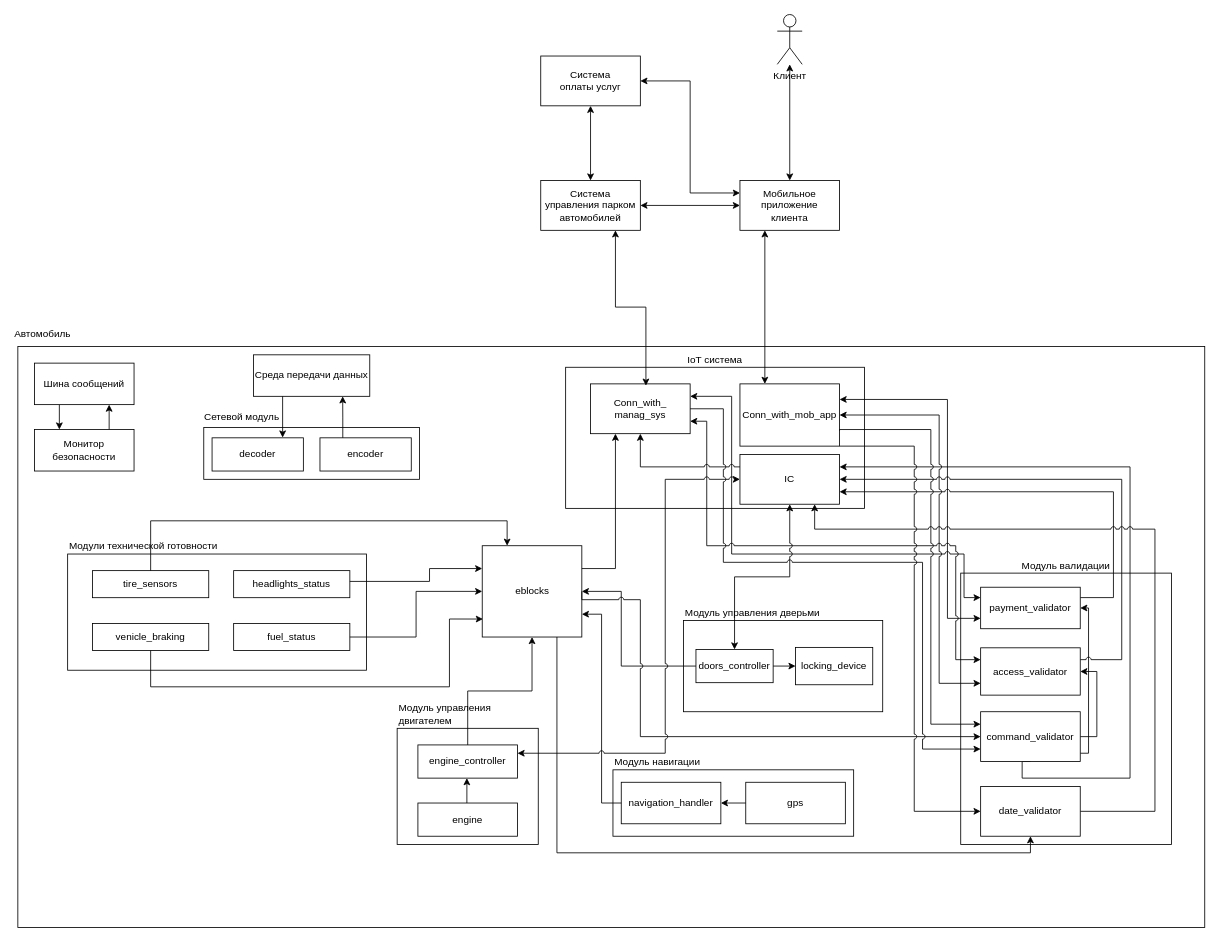
This is page "arch" (2 of 3) of docs/drawio/all_scheme.drawio from 1kitten/cyberimmune-3, a draw.io file, before an edit. Source tidied: cells renumbered, new cells numbered last; positions are measured from the earlier drawing's top-left corner, leaving out a move shared by most shapes. Both pictures are drawn from the tidied source at 83%, with x=0, y=0 at pixel (17, 14).
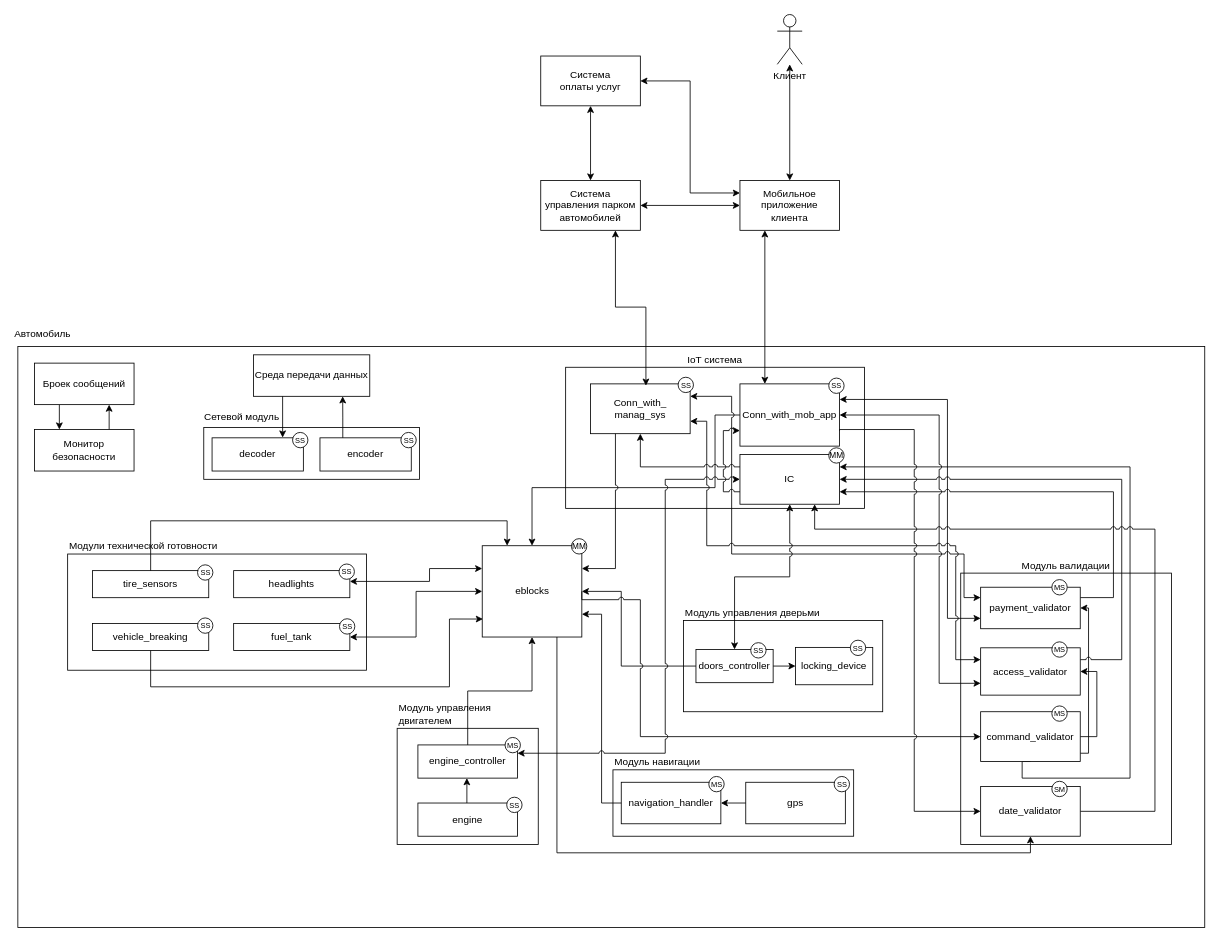
The same page after the edit.

The change refers to these unchanged cells:
```xml
<mxCell id="8" style="group;" parent="7" vertex="1">
  <mxGeometry x="60" width="360" height="140" as="geometry" />
</mxCell>
<mxCell id="14" style="group;" parent="1" vertex="1">
  <mxGeometry x="20" y="420" width="120" height="130" as="geometry" />
</mxCell>
<mxCell id="24" value="eblocks" style="rounded=0;whiteSpace=wrap;html=1;" parent="1" vertex="1">
  <mxGeometry x="559.5" y="640" width="120" height="110" as="geometry" />
</mxCell>
<mxCell id="29" style="group;" parent="1" vertex="1">
  <mxGeometry x="717" y="910" width="290" height="80" as="geometry" />
</mxCell>
<mxCell id="35" style="group;" parent="1" vertex="1">
  <mxGeometry x="457" y="860" width="170" height="140" as="geometry" />
</mxCell>
<mxCell id="41" value="Conn_with_mob_app" style="rounded=0;whiteSpace=wrap;html=1;" parent="1" vertex="1">
  <mxGeometry x="870" y="445" width="120" height="75" as="geometry" />
</mxCell>
<mxCell id="43" value="Conn_with_&lt;div&gt;manag_sys&lt;/div&gt;" style="rounded=0;whiteSpace=wrap;html=1;" parent="1" vertex="1">
  <mxGeometry x="690" y="445" width="120" height="60" as="geometry" />
</mxCell>
<mxCell id="55" value="command_validator" style="rounded=0;whiteSpace=wrap;html=1;" parent="1" vertex="1">
  <mxGeometry x="1160" y="840" width="120" height="60" as="geometry" />
</mxCell>
<mxCell id="68" value="IC" style="rounded=0;whiteSpace=wrap;html=1;" parent="1" vertex="1">
  <mxGeometry x="870" y="530" width="120" height="60" as="geometry" />
</mxCell>
<mxCell id="73" value="date_validator" style="rounded=0;whiteSpace=wrap;html=1;" parent="1" vertex="1">
  <mxGeometry x="1160" y="930" width="120" height="60" as="geometry" />
</mxCell>
```

Diff of the diagram source:
```diff
@@
-    <mxCell id="10" value="headlights_status" style="rounded=0;whiteSpace=wrap;html=1;" parent="8" vertex="1">
+    <mxCell id="10" value="headlights" style="rounded=0;whiteSpace=wrap;html=1;" parent="8" vertex="1">
       <mxGeometry x="200" y="20" width="140" height="32.6" as="geometry" />
     </mxCell>
-    <mxCell id="11" value="venicle_braking" style="rounded=0;whiteSpace=wrap;html=1;" parent="8" vertex="1">
+    <mxCell id="11" value="vehicle_breaking" style="rounded=0;whiteSpace=wrap;html=1;" parent="8" vertex="1">
       <mxGeometry x="30" y="83.7" width="140" height="32.6" as="geometry" />
     </mxCell>
@@
-    <mxCell id="13" value="fuel_status" style="rounded=0;whiteSpace=wrap;html=1;" parent="8" vertex="1">
+    <mxCell id="13" value="fuel_tank" style="rounded=0;whiteSpace=wrap;html=1;" parent="8" vertex="1">
       <mxGeometry x="200" y="83.7" width="140" height="32.6" as="geometry" />
     </mxCell>
+    <mxCell id="83" value="&lt;div style=&quot;text-align: justify; line-height: 90%;&quot;&gt;&lt;span style=&quot;background-color: initial;&quot;&gt;&lt;font style=&quot;font-size: 9px;&quot;&gt;SS&lt;/font&gt;&lt;/span&gt;&lt;/div&gt;" style="ellipse;whiteSpace=wrap;html=1;fontSize=10;" parent="8" vertex="1">
+      <mxGeometry x="156.5" y="13" width="18.5" height="18.5" as="geometry" />
+    </mxCell>
+    <mxCell id="84" value="&lt;div style=&quot;text-align: justify; line-height: 90%;&quot;&gt;&lt;span style=&quot;background-color: initial;&quot;&gt;&lt;font style=&quot;font-size: 9px;&quot;&gt;SS&lt;/font&gt;&lt;/span&gt;&lt;/div&gt;" style="ellipse;whiteSpace=wrap;html=1;fontSize=10;" parent="8" vertex="1">
+      <mxGeometry x="156.5" y="77" width="18.5" height="18.5" as="geometry" />
+    </mxCell>
+    <mxCell id="85" value="&lt;div style=&quot;text-align: justify; line-height: 90%;&quot;&gt;&lt;span style=&quot;background-color: initial;&quot;&gt;&lt;font style=&quot;font-size: 9px;&quot;&gt;SS&lt;/font&gt;&lt;/span&gt;&lt;/div&gt;" style="ellipse;whiteSpace=wrap;html=1;fontSize=10;" parent="8" vertex="1">
+      <mxGeometry x="327" y="12" width="18.5" height="18.5" as="geometry" />
+    </mxCell>
+    <mxCell id="86" value="&lt;div style=&quot;text-align: justify; line-height: 90%;&quot;&gt;&lt;span style=&quot;background-color: initial;&quot;&gt;&lt;font style=&quot;font-size: 9px;&quot;&gt;SS&lt;/font&gt;&lt;/span&gt;&lt;/div&gt;" style="ellipse;whiteSpace=wrap;html=1;fontSize=10;" parent="8" vertex="1">
+      <mxGeometry x="327.5" y="78" width="18.5" height="18.5" as="geometry" />
+    </mxCell>
@@
-    <mxCell id="16" value="Шина сообщений" style="rounded=0;whiteSpace=wrap;html=1;" parent="14" vertex="1">
+    <mxCell id="16" value="Броек сообщений" style="rounded=0;whiteSpace=wrap;html=1;" parent="14" vertex="1">
       <mxGeometry width="120" height="50" as="geometry" />
     </mxCell>
@@
+    <mxCell id="87" value="&lt;div style=&quot;text-align: justify; line-height: 90%;&quot;&gt;&lt;span style=&quot;background-color: initial;&quot;&gt;&lt;font style=&quot;font-size: 9px;&quot;&gt;SS&lt;/font&gt;&lt;/span&gt;&lt;/div&gt;" style="ellipse;whiteSpace=wrap;html=1;fontSize=10;" parent="29" vertex="1">
+      <mxGeometry x="266.5" y="8" width="18.5" height="18.5" as="geometry" />
+    </mxCell>
+    <mxCell id="88" value="&lt;div style=&quot;text-align: justify; line-height: 90%;&quot;&gt;&lt;span style=&quot;background-color: initial;&quot;&gt;&lt;font style=&quot;font-size: 9px;&quot;&gt;MS&lt;/font&gt;&lt;/span&gt;&lt;/div&gt;" style="ellipse;whiteSpace=wrap;html=1;fontSize=10;" parent="29" vertex="1">
+      <mxGeometry x="115.5" y="8" width="18.5" height="18.5" as="geometry" />
+    </mxCell>
@@
+    <mxCell id="89" value="&lt;div style=&quot;text-align: justify; line-height: 90%;&quot;&gt;&lt;span style=&quot;background-color: initial;&quot;&gt;&lt;font style=&quot;font-size: 9px;&quot;&gt;SS&lt;/font&gt;&lt;/span&gt;&lt;/div&gt;" style="ellipse;whiteSpace=wrap;html=1;fontSize=10;" parent="35" vertex="1">
+      <mxGeometry x="132" y="83" width="18.5" height="18.5" as="geometry" />
+    </mxCell>
+    <mxCell id="90" value="&lt;div style=&quot;text-align: justify; line-height: 90%;&quot;&gt;&lt;span style=&quot;background-color: initial;&quot;&gt;&lt;font style=&quot;font-size: 9px;&quot;&gt;MS&lt;/font&gt;&lt;/span&gt;&lt;/div&gt;" style="ellipse;whiteSpace=wrap;html=1;fontSize=10;" parent="35" vertex="1">
+      <mxGeometry x="130" y="11" width="18.5" height="18.5" as="geometry" />
+    </mxCell>
@@
+    <mxCell id="91" style="edgeStyle=orthogonalEdgeStyle;rounded=0;jettySize=auto;html=1;entryX=0.5;entryY=0;entryDx=0;entryDy=0;jumpStyle=arc;" parent="1" edge="1" source="41" target="24">
+      <mxGeometry relative="1" as="geometry">
+        <Array as="points">
+          <mxPoint x="840" y="482" />
+          <mxPoint x="840" y="570" />
+          <mxPoint x="620" y="570" />
+        </Array>
+      </mxGeometry>
+    </mxCell>
@@
-    <mxCell id="46" style="edgeStyle=orthogonalEdgeStyle;rounded=0;jettySize=auto;html=1;entryX=0;entryY=0.25;entryDx=0;entryDy=0;" parent="1" edge="1" source="10" target="24">
+    <mxCell id="46" style="edgeStyle=orthogonalEdgeStyle;rounded=0;jettySize=auto;html=1;entryX=0;entryY=0.25;entryDx=0;entryDy=0;startArrow=classic;startFill=1;" parent="1" edge="1" source="10" target="24">
       <mxGeometry relative="1" as="geometry">
         <Array as="points">
           <mxPoint x="496" y="683" />
         </Array>
       </mxGeometry>
     </mxCell>
-    <mxCell id="47" style="edgeStyle=orthogonalEdgeStyle;rounded=0;jettySize=auto;html=1;entryX=0;entryY=0.5;entryDx=0;entryDy=0;" parent="1" edge="1" source="13" target="24">
+    <mxCell id="47" style="edgeStyle=orthogonalEdgeStyle;rounded=0;jettySize=auto;html=1;entryX=0;entryY=0.5;entryDx=0;entryDy=0;startArrow=classic;startFill=1;" parent="1" edge="1" source="13" target="24">
       <mxGeometry relative="1" as="geometry" />
     </mxCell>
@@
+    <mxCell id="92" style="edgeStyle=orthogonalEdgeStyle;rounded=0;jettySize=auto;html=1;exitX=0;exitY=0.75;exitDx=0;exitDy=0;entryX=0;entryY=0.75;entryDx=0;entryDy=0;jumpStyle=arc;" parent="1" edge="1" source="68" target="41">
+      <mxGeometry relative="1" as="geometry" />
+    </mxCell>
@@
-    <mxCell id="69" style="edgeStyle=orthogonalEdgeStyle;rounded=0;jettySize=auto;html=1;startArrow=none;startFill=0;entryX=0;entryY=0.25;entryDx=0;entryDy=0;exitX=1;exitY=0.75;exitDx=0;exitDy=0;jumpStyle=arc;" parent="1" edge="1" source="41" target="55">
-      <mxGeometry relative="1" as="geometry">
-        <Array as="points">
-          <mxPoint x="990" y="500" />
-          <mxPoint x="1100" y="500" />
-          <mxPoint x="1100" y="855" />
-        </Array>
-      </mxGeometry>
-    </mxCell>
-    <mxCell id="70" style="edgeStyle=orthogonalEdgeStyle;rounded=0;jettySize=auto;html=1;entryX=0;entryY=0.75;entryDx=0;entryDy=0;jumpStyle=arc;" parent="1" edge="1" source="43" target="55">
-      <mxGeometry relative="1" as="geometry">
-        <Array as="points">
-          <mxPoint x="850" y="475" />
-          <mxPoint x="850" y="660" />
-          <mxPoint x="1090" y="660" />
-          <mxPoint x="1090" y="885" />
-        </Array>
-      </mxGeometry>
-    </mxCell>
-    <mxCell id="71" style="edgeStyle=orthogonalEdgeStyle;rounded=0;jettySize=auto;html=1;entryX=0.25;entryY=1;entryDx=0;entryDy=0;jumpStyle=arc;exitX=1;exitY=0.25;exitDx=0;exitDy=0;" parent="1" edge="1" source="24" target="43">
+    <mxCell id="71" style="edgeStyle=orthogonalEdgeStyle;rounded=0;jettySize=auto;html=1;entryX=0.25;entryY=1;entryDx=0;entryDy=0;jumpStyle=arc;exitX=1;exitY=0.25;exitDx=0;exitDy=0;startArrow=classic;startFill=1;endArrow=none;endFill=0;" parent="1" edge="1" source="24" target="43">
       <mxGeometry relative="1" as="geometry" />
     </mxCell>
@@
-    <mxCell id="75" style="edgeStyle=orthogonalEdgeStyle;rounded=0;jettySize=auto;html=1;exitX=1;exitY=1;exitDx=0;exitDy=0;entryX=0;entryY=0.5;entryDx=0;entryDy=0;jumpStyle=arc;" parent="1" edge="1" source="41" target="73">
+    <mxCell id="75" style="edgeStyle=orthogonalEdgeStyle;rounded=0;jettySize=auto;html=1;exitX=1;exitY=0.75;exitDx=0;exitDy=0;entryX=0;entryY=0.5;entryDx=0;entryDy=0;jumpStyle=arc;" parent="1" edge="1" source="41" target="73">
       <mxGeometry relative="1" as="geometry">
         <Array as="points">
-          <mxPoint x="1080" y="520" />
+          <mxPoint x="990" y="500" />
+          <mxPoint x="1080" y="500" />
           <mxPoint x="1080" y="960" />
         </Array>
       </mxGeometry>
     </mxCell>
@@
+    <mxCell id="93" value="&lt;div style=&quot;text-align: justify; line-height: 90%;&quot;&gt;&lt;span style=&quot;background-color: initial;&quot;&gt;&lt;font style=&quot;font-size: 9px;&quot;&gt;SS&lt;/font&gt;&lt;/span&gt;&lt;/div&gt;" style="ellipse;whiteSpace=wrap;html=1;fontSize=10;" parent="1" vertex="1">
+      <mxGeometry x="331" y="503.5" width="18.5" height="18.5" as="geometry" />
+    </mxCell>
+    <mxCell id="94" value="&lt;div style=&quot;text-align: justify; line-height: 90%;&quot;&gt;&lt;span style=&quot;background-color: initial;&quot;&gt;&lt;font style=&quot;font-size: 9px;&quot;&gt;SS&lt;/font&gt;&lt;/span&gt;&lt;/div&gt;" style="ellipse;whiteSpace=wrap;html=1;fontSize=10;" parent="1" vertex="1">
+      <mxGeometry x="461.5" y="503.5" width="18.5" height="18.5" as="geometry" />
+    </mxCell>
+    <mxCell id="95" value="&lt;div style=&quot;text-align: justify; line-height: 90%;&quot;&gt;&lt;span style=&quot;background-color: initial;&quot;&gt;&lt;font style=&quot;font-size: 9px;&quot;&gt;SS&lt;/font&gt;&lt;/span&gt;&lt;/div&gt;" style="ellipse;whiteSpace=wrap;html=1;fontSize=10;" parent="1" vertex="1">
+      <mxGeometry x="795.5" y="437" width="18.5" height="18.5" as="geometry" />
+    </mxCell>
+    <mxCell id="96" value="&lt;div style=&quot;text-align: justify; line-height: 90%;&quot;&gt;&lt;span style=&quot;background-color: initial;&quot;&gt;&lt;font style=&quot;font-size: 9px;&quot;&gt;SS&lt;/font&gt;&lt;/span&gt;&lt;/div&gt;" style="ellipse;whiteSpace=wrap;html=1;fontSize=10;" parent="1" vertex="1">
+      <mxGeometry x="977" y="438" width="18.5" height="18.5" as="geometry" />
+    </mxCell>
+    <mxCell id="97" value="&lt;div style=&quot;text-align: justify; line-height: 90%;&quot;&gt;&lt;font size=&quot;1&quot;&gt;MM&lt;/font&gt;&lt;/div&gt;" style="ellipse;whiteSpace=wrap;html=1;fontSize=10;" parent="1" vertex="1">
+      <mxGeometry x="977" y="522" width="18.5" height="18.5" as="geometry" />
+    </mxCell>
+    <mxCell id="98" value="&lt;div style=&quot;text-align: justify; line-height: 90%;&quot;&gt;&lt;span style=&quot;background-color: initial;&quot;&gt;&lt;font style=&quot;font-size: 9px;&quot;&gt;MS&lt;/font&gt;&lt;/span&gt;&lt;/div&gt;" style="ellipse;whiteSpace=wrap;html=1;fontSize=10;" parent="1" vertex="1">
+      <mxGeometry x="1245.8" y="680.8" width="18.5" height="18.5" as="geometry" />
+    </mxCell>
+    <mxCell id="99" value="&lt;div style=&quot;text-align: justify; line-height: 90%;&quot;&gt;&lt;span style=&quot;background-color: initial;&quot;&gt;&lt;font style=&quot;font-size: 9px;&quot;&gt;MS&lt;/font&gt;&lt;/span&gt;&lt;/div&gt;" style="ellipse;whiteSpace=wrap;html=1;fontSize=10;" parent="1" vertex="1">
+      <mxGeometry x="1245.8" y="755.8" width="18.5" height="18.5" as="geometry" />
+    </mxCell>
+    <mxCell id="100" value="&lt;div style=&quot;text-align: justify; line-height: 90%;&quot;&gt;&lt;span style=&quot;background-color: initial;&quot;&gt;&lt;font style=&quot;font-size: 9px;&quot;&gt;MS&lt;/font&gt;&lt;/span&gt;&lt;/div&gt;" style="ellipse;whiteSpace=wrap;html=1;fontSize=10;" parent="1" vertex="1">
+      <mxGeometry x="1245.8" y="833" width="18.5" height="18.5" as="geometry" />
+    </mxCell>
+    <mxCell id="101" value="&lt;div style=&quot;text-align: justify; line-height: 90%;&quot;&gt;&lt;span style=&quot;background-color: initial;&quot;&gt;&lt;font style=&quot;font-size: 9px;&quot;&gt;SM&lt;/font&gt;&lt;/span&gt;&lt;/div&gt;" style="ellipse;whiteSpace=wrap;html=1;fontSize=10;" parent="1" vertex="1">
+      <mxGeometry x="1245.8" y="923.8" width="18.5" height="18.5" as="geometry" />
+    </mxCell>
+    <mxCell id="102" value="&lt;div style=&quot;text-align: justify; line-height: 90%;&quot;&gt;&lt;span style=&quot;background-color: initial;&quot;&gt;&lt;font style=&quot;font-size: 9px;&quot;&gt;SS&lt;/font&gt;&lt;/span&gt;&lt;/div&gt;" style="ellipse;whiteSpace=wrap;html=1;fontSize=10;" parent="1" vertex="1">
+      <mxGeometry x="1003" y="753.8" width="18.5" height="18.5" as="geometry" />
+    </mxCell>
+    <mxCell id="103" value="&lt;div style=&quot;text-align: justify; line-height: 90%;&quot;&gt;&lt;span style=&quot;background-color: initial;&quot;&gt;&lt;font style=&quot;font-size: 9px;&quot;&gt;SS&lt;/font&gt;&lt;/span&gt;&lt;/div&gt;" style="ellipse;whiteSpace=wrap;html=1;fontSize=10;" parent="1" vertex="1">
+      <mxGeometry x="883" y="756.8" width="18.5" height="18.5" as="geometry" />
+    </mxCell>
+    <mxCell id="104" value="&lt;div style=&quot;text-align: justify; line-height: 90%;&quot;&gt;&lt;font size=&quot;1&quot;&gt;MM&lt;/font&gt;&lt;/div&gt;" style="ellipse;whiteSpace=wrap;html=1;fontSize=10;" parent="1" vertex="1">
+      <mxGeometry x="667" y="631.5" width="18.5" height="18.5" as="geometry" />
+    </mxCell>
```
